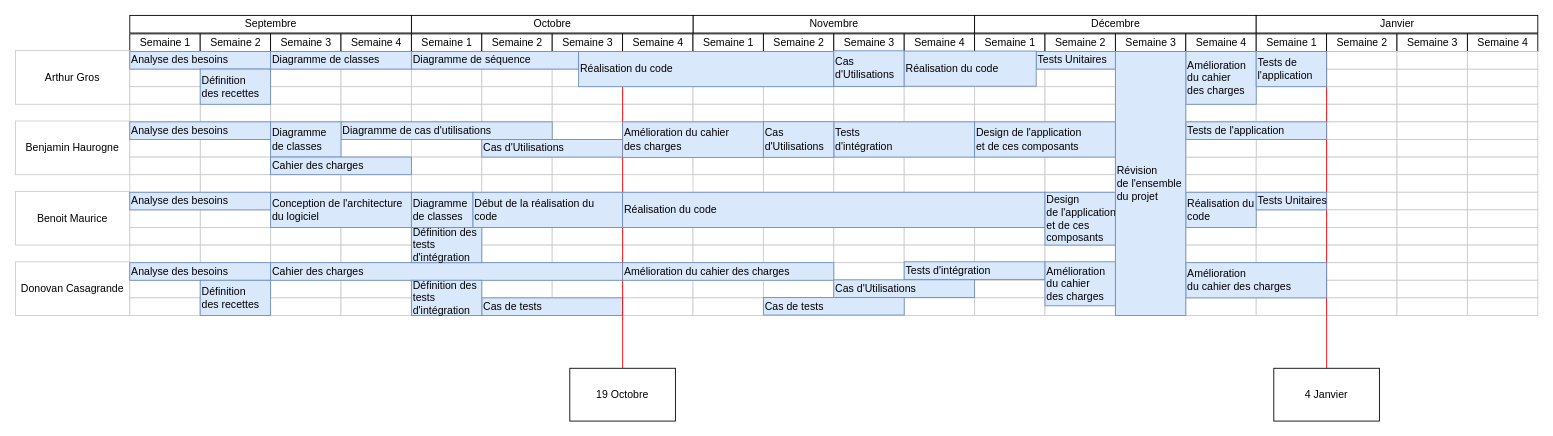
Above: Gantt.drawio in BMaurice56/Tamagotchi (draw.io), before the change. Source tidied: cells renumbered, new cells numbered last; positions are measured from the earlier drawing's top-left corner, leaving out a move shared by most shapes. Both pictures are drawn from the tidied source at 88%, with x=0, y=0 at pixel (15, 15).
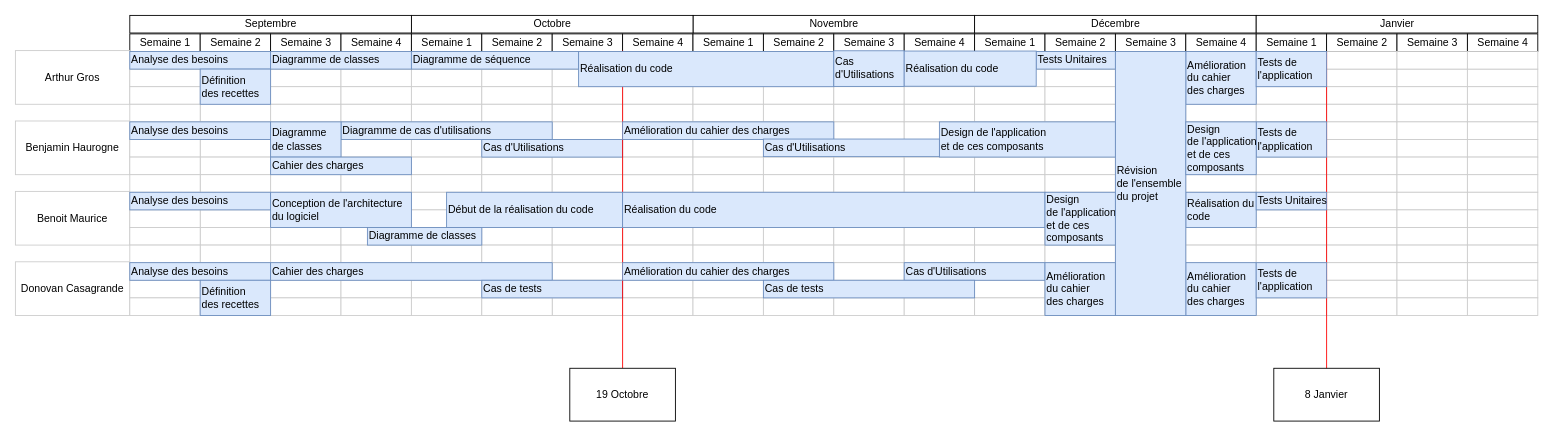
The same page after the edit.

Commit message:
Mettre à jour Gantt.drawio

The edit, as a diff of the source:
```diff
@@
+    <mxCell id="376" style="align=left;strokeColor=#CCCCCC;html=1;" parent="1" vertex="1">
+      <mxGeometry x="690" y="181" width="80" height="20" as="geometry" />
+    </mxCell>
@@
     <mxCell id="339" value="Cahier des charges" style="align=left;strokeColor=#6c8ebf;html=1;fillColor=#dae8fc;" parent="1" vertex="1">
-      <mxGeometry x="290" y="281" width="400" height="20" as="geometry" />
+      <mxGeometry x="290" y="281" width="320" height="20" as="geometry" />
     </mxCell>
     <mxCell id="340" value="Cas de tests" style="align=left;strokeColor=#6c8ebf;html=1;fillColor=#dae8fc;" parent="1" vertex="1">
-      <mxGeometry x="530" y="321" width="160" height="20" as="geometry" />
+      <mxGeometry x="530" y="301" width="160" height="20" as="geometry" />
     </mxCell>
@@
-    <mxCell id="343" value="Diagramme &lt;br&gt;de classes" style="align=left;strokeColor=#6c8ebf;html=1;fillColor=#dae8fc;" parent="1" vertex="1">
-      <mxGeometry x="450" y="201" width="70" height="40" as="geometry" />
+    <mxCell id="343" value="Diagramme de classes" style="align=left;strokeColor=#6c8ebf;html=1;fillColor=#dae8fc;" parent="1" vertex="1">
+      <mxGeometry x="400" y="241" width="130" height="20" as="geometry" />
     </mxCell>
@@
-    <mxCell id="346" value="Définition des&lt;br&gt;tests&lt;br&gt;d'intégration" style="align=left;strokeColor=#6c8ebf;html=1;fillColor=#dae8fc;" parent="1" vertex="1">
-      <mxGeometry x="450" y="241" width="80" height="40" as="geometry" />
-    </mxCell>
-    <mxCell id="347" value="Début de la réalisation du &lt;br&gt;code" style="align=left;strokeColor=#6c8ebf;html=1;fillColor=#dae8fc;" parent="1" vertex="1">
-      <mxGeometry x="520" y="201" width="170" height="40" as="geometry" />
+    <mxCell id="347" value="Début de la réalisation du code" style="align=left;strokeColor=#6c8ebf;html=1;fillColor=#dae8fc;" parent="1" vertex="1">
+      <mxGeometry x="490" y="201" width="200" height="40" as="geometry" />
     </mxCell>
@@
-    <mxCell id="352" value="Définition des&lt;br&gt;tests&lt;br&gt;d'intégration" style="align=left;strokeColor=#6c8ebf;html=1;fillColor=#dae8fc;" parent="1" vertex="1">
-      <mxGeometry x="450" y="301" width="80" height="40" as="geometry" />
-    </mxCell>
-    <mxCell id="353" value="Amélioration du cahier&lt;br&gt;des charges" style="align=left;strokeColor=#6c8ebf;html=1;fillColor=#dae8fc;" parent="1" vertex="1">
-      <mxGeometry x="690" y="121" width="160" height="40.5" as="geometry" />
+    <mxCell id="353" value="Amélioration du cahier des charges" style="align=left;strokeColor=#6c8ebf;html=1;fillColor=#dae8fc;" parent="1" vertex="1">
+      <mxGeometry x="690" y="121" width="240" height="20" as="geometry" />
     </mxCell>
@@
-    <mxCell id="355" value="Tests d'intégration" style="align=left;strokeColor=#6c8ebf;html=1;fillColor=#dae8fc;" parent="1" vertex="1">
-      <mxGeometry x="1010" y="280" width="160" height="20" as="geometry" />
-    </mxCell>
-    <mxCell id="356" value="Tests&lt;br&gt;d'intégration" style="align=left;strokeColor=#6c8ebf;html=1;fillColor=#dae8fc;" parent="1" vertex="1">
-      <mxGeometry x="930" y="121" width="160" height="40" as="geometry" />
-    </mxCell>
     <mxCell id="357" value="Design de l'application&lt;br&gt;et de ces composants" style="align=left;strokeColor=#6c8ebf;html=1;fillColor=#dae8fc;" parent="1" vertex="1">
-      <mxGeometry x="1090" y="121" width="160" height="40" as="geometry" />
+      <mxGeometry x="1050" y="121" width="200" height="40" as="geometry" />
     </mxCell>
-    <mxCell id="358" value="Cas&lt;br&gt;d'Utilisations" style="align=left;strokeColor=#6c8ebf;html=1;fillColor=#dae8fc;" parent="1" vertex="1">
-      <mxGeometry x="850" y="120.8" width="80" height="40.5" as="geometry" />
+    <mxCell id="358" value="Cas d'Utilisations" style="align=left;strokeColor=#6c8ebf;html=1;fillColor=#dae8fc;" parent="1" vertex="1">
+      <mxGeometry x="850" y="140.5" width="200" height="20" as="geometry" />
     </mxCell>
     <mxCell id="359" value="Cas d'Utilisations" style="align=left;strokeColor=#6c8ebf;html=1;fillColor=#dae8fc;" parent="1" vertex="1">
-      <mxGeometry x="930" y="300.5" width="160" height="20" as="geometry" />
+      <mxGeometry x="1010" y="281" width="160" height="20" as="geometry" />
     </mxCell>
     <mxCell id="360" value="Cas de tests" style="align=left;strokeColor=#6c8ebf;html=1;fillColor=#dae8fc;" parent="1" vertex="1">
-      <mxGeometry x="850" y="320.5" width="160" height="20" as="geometry" />
+      <mxGeometry x="850" y="301" width="240" height="20" as="geometry" />
     </mxCell>
@@
     <mxCell id="363" value="Amélioration&lt;br&gt;du cahier&lt;br&gt;des charges" style="align=left;strokeColor=#6c8ebf;html=1;fillColor=#dae8fc;" parent="1" vertex="1">
-      <mxGeometry x="1170" y="280" width="80" height="50" as="geometry" />
+      <mxGeometry x="1170" y="281" width="80" height="60" as="geometry" />
     </mxCell>
@@
-    <mxCell id="365" value="4 Janvier" style="rounded=0;whiteSpace=wrap;html=1;" parent="1" vertex="1">
+    <mxCell id="365" value="8 Janvier" style="rounded=0;whiteSpace=wrap;html=1;" parent="1" vertex="1">
       <mxGeometry x="1430" y="401" width="120" height="60" as="geometry" />
     </mxCell>
@@
-    <mxCell id="367" value="Amélioration&lt;br&gt;du cahier des charges" style="align=left;strokeColor=#6c8ebf;html=1;fillColor=#dae8fc;" parent="1" vertex="1">
-      <mxGeometry x="1330" y="281" width="160" height="40" as="geometry" />
+    <mxCell id="367" value="Amélioration&lt;br&gt;du cahier&lt;br&gt;des charges" style="align=left;strokeColor=#6c8ebf;html=1;fillColor=#dae8fc;" parent="1" vertex="1">
+      <mxGeometry x="1330" y="281" width="80" height="60" as="geometry" />
     </mxCell>
@@
-    <mxCell id="374" value="Tests de l'application" style="align=left;strokeColor=#6c8ebf;html=1;fillColor=#dae8fc;" parent="1" vertex="1">
-      <mxGeometry x="1330" y="121" width="160" height="20" as="geometry" />
-    </mxCell>
@@
+    <mxCell id="377" value="Tests de&lt;br&gt;l'application" style="align=left;strokeColor=#6c8ebf;html=1;fillColor=#dae8fc;" parent="1" vertex="1">
+      <mxGeometry x="1410" y="281" width="80" height="40" as="geometry" />
+    </mxCell>
+    <mxCell id="378" value="Tests de&lt;br&gt;l'application" style="align=left;strokeColor=#6c8ebf;html=1;fillColor=#dae8fc;" parent="1" vertex="1">
+      <mxGeometry x="1410" y="121" width="80" height="40" as="geometry" />
+    </mxCell>
+    <mxCell id="379" value="Design&lt;br&gt;de l'application&lt;br&gt;et de ces&lt;br&gt;composants" style="align=left;strokeColor=#6c8ebf;html=1;fillColor=#dae8fc;" parent="1" vertex="1">
+      <mxGeometry x="1330" y="121" width="80" height="60" as="geometry" />
+    </mxCell>
```
